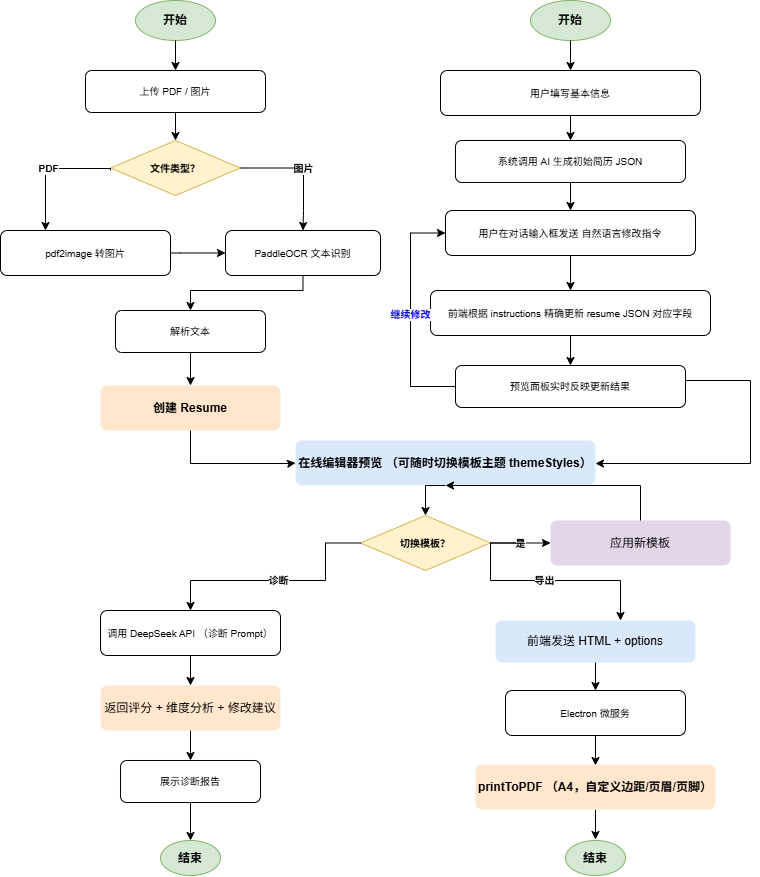
letlll/AI_interview keeps this draw.io diagram as drawio/4.5简历生成与诊断流程图.png. Above is the earlier version. Source tidied: cells renumbered, new cells last; positions are measured from the earlier drawing's top-left corner, leaving out a move shared by most shapes.
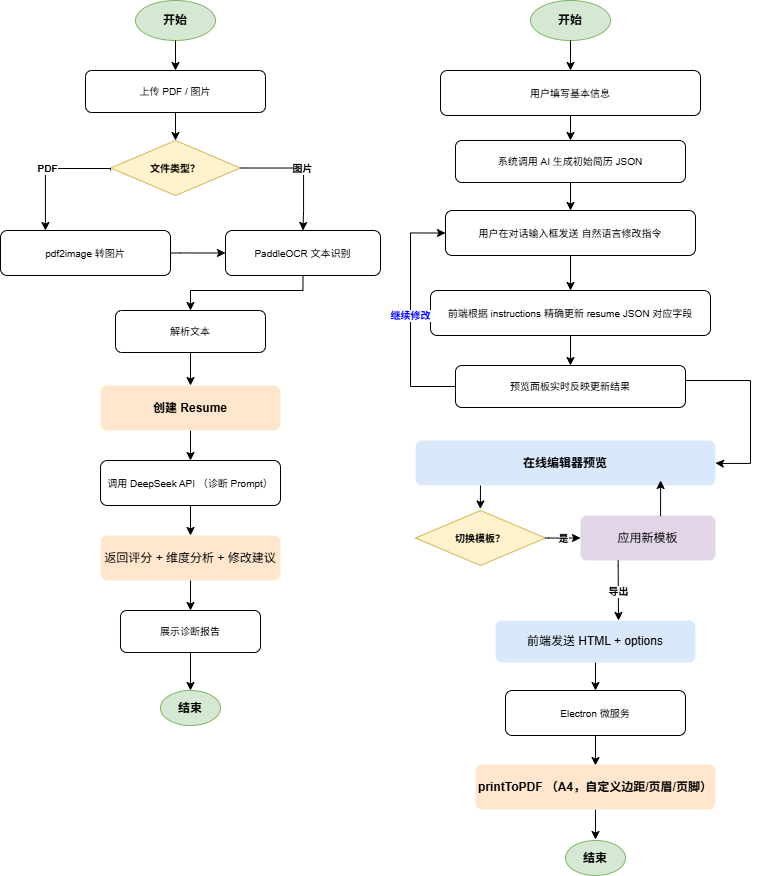
The same diagram one commit later.

What changed in the source:
```diff
@@ -61,6 +61,9 @@
         </Array>
       </mxGeometry>
     </mxCell>
+    <mxCell id="52" style="edgeStyle=orthogonalEdgeStyle;rounded=0;jettySize=auto;html=1;entryX=0.5;entryY=0;entryDx=0;entryDy=0;" parent="1" edge="1" source="14" target="37">
+      <mxGeometry relative="1" as="geometry" />
+    </mxCell>
     <mxCell id="14" value="创建 Resume" style="rounded=1;whiteSpace=wrap;html=1;fontStyle=1;fillColor=#ffe6cc;strokeColor=#d79b00fontSize=10;" parent="1" vertex="1">
       <mxGeometry x="100" y="385" width="180" height="45" as="geometry" />
     </mxCell>
@@ -110,71 +113,47 @@
         </Array>
       </mxGeometry>
     </mxCell>
-    <mxCell id="28" value="在线编辑器预览 （可随时切换模板主题 themeStyles）" style="rounded=1;whiteSpace=wrap;html=1;fontStyle=1;fillColor=#dae8fc;strokeColor=#6c8ebffontSize=10;" parent="1" vertex="1">
-      <mxGeometry x="295" y="440" width="300" height="45" as="geometry" />
+    <mxCell id="28" value="在线编辑器预览" style="rounded=1;whiteSpace=wrap;html=1;fontStyle=1;fillColor=#dae8fc;strokeColor=#6c8ebffontSize=10;" parent="1" vertex="1">
+      <mxGeometry x="415" y="440" width="300" height="45" as="geometry" />
     </mxCell>
-    <mxCell id="29" style="edgeStyle=orthogonalEdgeStyle;rounded=0;jettySize=auto;html=1;exitX=0.5;exitY=1;exitDx=0;exitDy=0;entryX=0;entryY=0.5;entryDx=0;entryDy=0;" parent="1" edge="1" source="14" target="28">
-      <mxGeometry relative="1" as="geometry">
-        <Array as="points">
-          <mxPoint x="190" y="463" />
-          <mxPoint x="290" y="463" />
-        </Array>
-      </mxGeometry>
-    </mxCell>
     <mxCell id="30" style="edgeStyle=orthogonalEdgeStyle;rounded=0;jettySize=auto;html=1;exitX=1;exitY=0.5;exitDx=0;exitDy=0;entryX=1;entryY=0.5;entryDx=0;entryDy=0;" parent="1" edge="1" source="25" target="28">
       <mxGeometry relative="1" as="geometry">
         <Array as="points">
           <mxPoint x="685" y="380" />
           <mxPoint x="750" y="380" />
           <mxPoint x="750" y="463" />
-          <mxPoint x="595" y="463" />
+          <mxPoint x="720" y="463" />
         </Array>
       </mxGeometry>
     </mxCell>
     <mxCell id="31" value="切换模板？" style="rhombus;whiteSpace=wrap;html=1;fillColor=#fff2cc;strokeColor=#d6b656;fontSize=10;fontStyle=1;" parent="1" vertex="1">
-      <mxGeometry x="360" y="515" width="130" height="55" as="geometry" />
+      <mxGeometry x="415" y="510" width="130" height="55" as="geometry" />
     </mxCell>
-    <mxCell id="32" style="edgeStyle=orthogonalEdgeStyle;rounded=0;jettySize=auto;html=1;exitX=0.5;exitY=1;exitDx=0;exitDy=0;entryX=0.5;entryY=0;entryDx=0;entryDy=0;" parent="1" edge="1" source="28" target="31">
-      <mxGeometry relative="1" as="geometry" />
-    </mxCell>
     <mxCell id="33" value="应用新模板" style="rounded=1;whiteSpace=wrap;html=1;fillColor=#e1d5e7;strokeColor=#9673a6fontSize=10;" parent="1" vertex="1">
-      <mxGeometry x="550" y="520" width="180" height="45" as="geometry" />
+      <mxGeometry x="580" y="515" width="135" height="45" as="geometry" />
     </mxCell>
     <mxCell id="34" value="是" style="edgeStyle=orthogonalEdgeStyle;rounded=0;jettySize=auto;html=1;exitX=1;exitY=0.5;exitDx=0;exitDy=0;entryX=0;entryY=0.5;entryDx=0;entryDy=0;fontSize=10;fontStyle=1;" parent="1" edge="1" source="31" target="33">
       <mxGeometry relative="1" as="geometry">
         <Array as="points">
-          <mxPoint x="513" y="543" />
-          <mxPoint x="535" y="543" />
+          <mxPoint x="548" y="538" />
+          <mxPoint x="570" y="538" />
         </Array>
       </mxGeometry>
     </mxCell>
-    <mxCell id="35" style="edgeStyle=orthogonalEdgeStyle;rounded=0;jettySize=auto;html=1;exitX=0.5;exitY=0;exitDx=0;exitDy=0;entryX=0.5;entryY=1;entryDx=0;entryDy=0;" parent="1" edge="1" source="33" target="28">
-      <mxGeometry relative="1" as="geometry">
-        <Array as="points">
-          <mxPoint x="640" y="485" />
-        </Array>
-      </mxGeometry>
+    <mxCell id="35" style="edgeStyle=orthogonalEdgeStyle;rounded=0;jettySize=auto;html=1;exitX=0.593;exitY=0.016;exitDx=0;exitDy=0;entryX=0.817;entryY=0.889;entryDx=0;entryDy=0;entryPerimeter=0;exitPerimeter=0;" parent="1" edge="1" source="33" target="28">
+      <mxGeometry relative="1" as="geometry" />
     </mxCell>
-    <mxCell id="36" value="诊断" style="edgeStyle=orthogonalEdgeStyle;rounded=0;jettySize=auto;html=1;exitX=0;exitY=0.5;exitDx=0;exitDy=0;entryX=0.5;entryY=0;entryDx=0;entryDy=0;fontSize=10;fontStyle=1;" parent="1" edge="1" source="31" target="37">
-      <mxGeometry relative="1" as="geometry">
-        <Array as="points">
-          <mxPoint x="325" y="543" />
-          <mxPoint x="325" y="580" />
-          <mxPoint x="190" y="580" />
-        </Array>
-      </mxGeometry>
-    </mxCell>
     <mxCell id="37" value="调用 DeepSeek API （诊断 Prompt）" style="rounded=1;whiteSpace=wrap;html=1;fontSize=10;" parent="1" vertex="1">
-      <mxGeometry x="100" y="610" width="180" height="45" as="geometry" />
+      <mxGeometry x="100" y="460" width="180" height="45" as="geometry" />
     </mxCell>
     <mxCell id="38" value="返回评分 + 维度分析 + 修改建议" style="rounded=1;whiteSpace=wrap;html=1;fillColor=#ffe6cc;strokeColor=#d79b00fontSize=10;" parent="1" vertex="1">
-      <mxGeometry x="100" y="685" width="180" height="45" as="geometry" />
+      <mxGeometry x="100" y="535" width="180" height="45" as="geometry" />
     </mxCell>
     <mxCell id="39" style="edgeStyle=orthogonalEdgeStyle;rounded=0;jettySize=auto;html=1;exitX=0.5;exitY=1;exitDx=0;exitDy=0;entryX=0.5;entryY=0;entryDx=0;entryDy=0;" parent="1" edge="1" source="37" target="38">
       <mxGeometry relative="1" as="geometry" />
     </mxCell>
     <mxCell id="40" value="展示诊断报告" style="rounded=1;whiteSpace=wrap;html=1;fontSize=10;" parent="1" vertex="1">
-      <mxGeometry x="120" y="760" width="140" height="42" as="geometry" />
+      <mxGeometry x="120" y="610" width="140" height="42" as="geometry" />
     </mxCell>
     <mxCell id="41" style="edgeStyle=orthogonalEdgeStyle;rounded=0;jettySize=auto;html=1;exitX=0.5;exitY=1;exitDx=0;exitDy=0;entryX=0.5;entryY=0;entryDx=0;entryDy=0;" parent="1" edge="1" source="38" target="40">
       <mxGeometry relative="1" as="geometry" />
@@ -182,14 +161,13 @@
     <mxCell id="42" value="前端发送 HTML + options" style="rounded=1;whiteSpace=wrap;html=1;fillColor=#dae8fc;strokeColor=#6c8ebffontSize=10;" parent="1" vertex="1">
       <mxGeometry x="495" y="620" width="200" height="42" as="geometry" />
     </mxCell>
-    <mxCell id="43" value="导出" style="edgeStyle=orthogonalEdgeStyle;rounded=0;orthogonalLoop=1;jettySize=auto;html=1;exitX=1;exitY=0.5;exitDx=0;exitDy=0;entryX=0.5;entryY=0;entryDx=0;entryDy=0;fontSize=10;fontStyle=1;" parent="1" edge="1">
+    <mxCell id="43" value="导出" style="edgeStyle=orthogonalEdgeStyle;rounded=0;jettySize=auto;html=1;exitX=0.279;exitY=0.999;exitDx=0;exitDy=0;fontSize=10;fontStyle=1;exitPerimeter=0;" parent="1" edge="1" source="33">
       <mxGeometry relative="1" as="geometry">
-        <mxPoint x="515" y="542.5" as="sourcePoint" />
-        <mxPoint x="620" y="620" as="targetPoint" />
+        <mxPoint x="618" y="620" as="targetPoint" />
         <Array as="points">
-          <mxPoint x="490" y="543" />
-          <mxPoint x="490" y="580" />
-          <mxPoint x="620" y="580" />
+          <mxPoint x="618" y="565" />
+          <mxPoint x="618" y="565" />
+          <mxPoint x="618" y="620" />
         </Array>
       </mxGeometry>
     </mxCell>
@@ -213,7 +191,7 @@
       </mxGeometry>
     </mxCell>
     <mxCell id="49" value="结束" style="ellipse;whiteSpace=wrap;html=1;fillColor=#d5e8d4;strokeColor=#82b366;fontSize=12;fontStyle=1;" parent="1" vertex="1">
-      <mxGeometry x="160" y="840" width="60" height="35" as="geometry" />
+      <mxGeometry x="160" y="690" width="60" height="35" as="geometry" />
     </mxCell>
     <mxCell id="50" style="edgeStyle=orthogonalEdgeStyle;rounded=0;jettySize=auto;html=1;exitX=0.5;exitY=1;exitDx=0;exitDy=0;entryX=0.5;entryY=0;entryDx=0;entryDy=0;" parent="1" edge="1" source="40" target="49">
       <mxGeometry relative="1" as="geometry" />
@@ -221,5 +199,10 @@
     <mxCell id="51" value="结束" style="ellipse;whiteSpace=wrap;html=1;fillColor=#d5e8d4;strokeColor=#82b366;fontSize=12;fontStyle=1;" parent="1" vertex="1">
       <mxGeometry x="565" y="840" width="60" height="35" as="geometry" />
     </mxCell>
+    <mxCell id="53" style="edgeStyle=orthogonalEdgeStyle;rounded=0;jettySize=auto;html=1;entryX=0.499;entryY=-0.028;entryDx=0;entryDy=0;entryPerimeter=0;" parent="1" edge="1" target="31">
+      <mxGeometry relative="1" as="geometry">
+        <mxPoint x="480" y="485" as="sourcePoint" />
+      </mxGeometry>
+    </mxCell>
   </root>
 </mxGraphModel>
```
